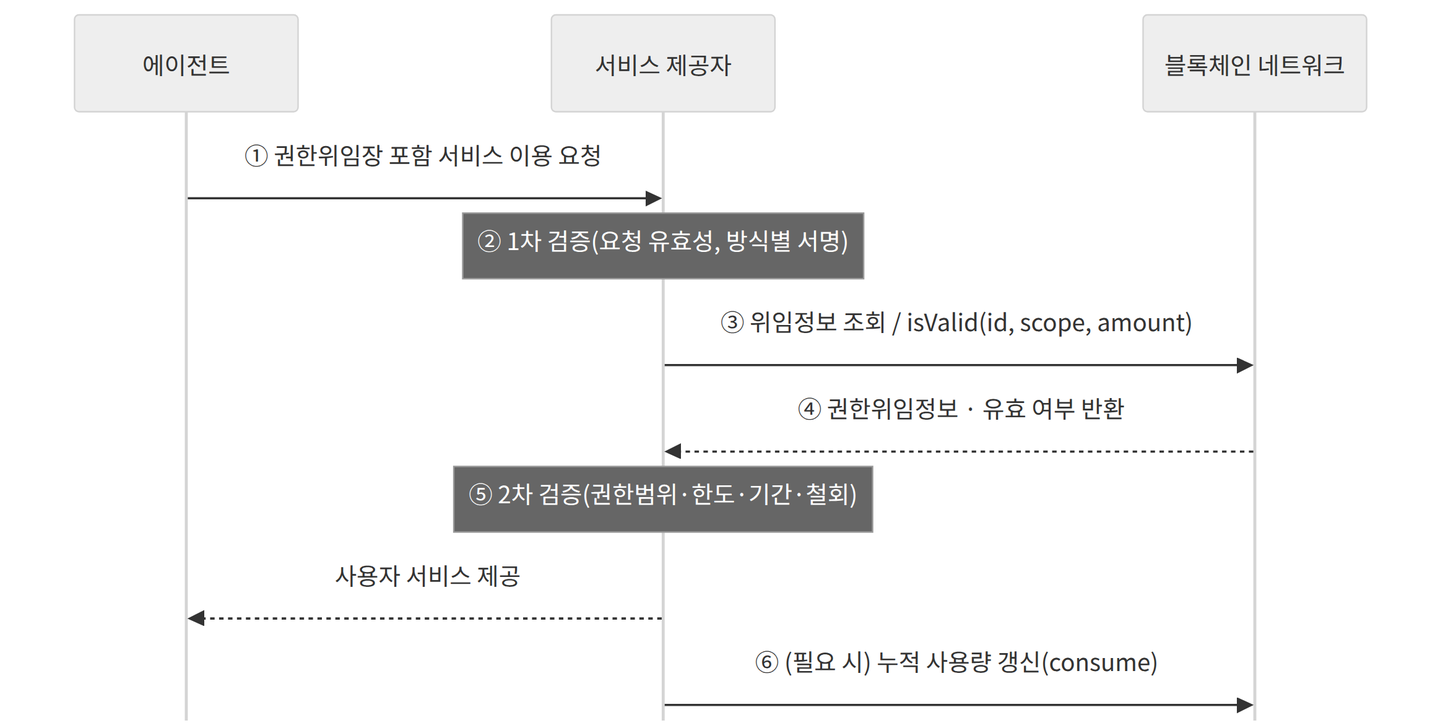
This is docs/tta-standard/figures/fig3-verification-seq.png from jsong1230/meta-agents, a Mermaid export, as it was before one commit. Its source is kept beside it as docs/tta-standard/figures/fig3-verification-seq.mmd.
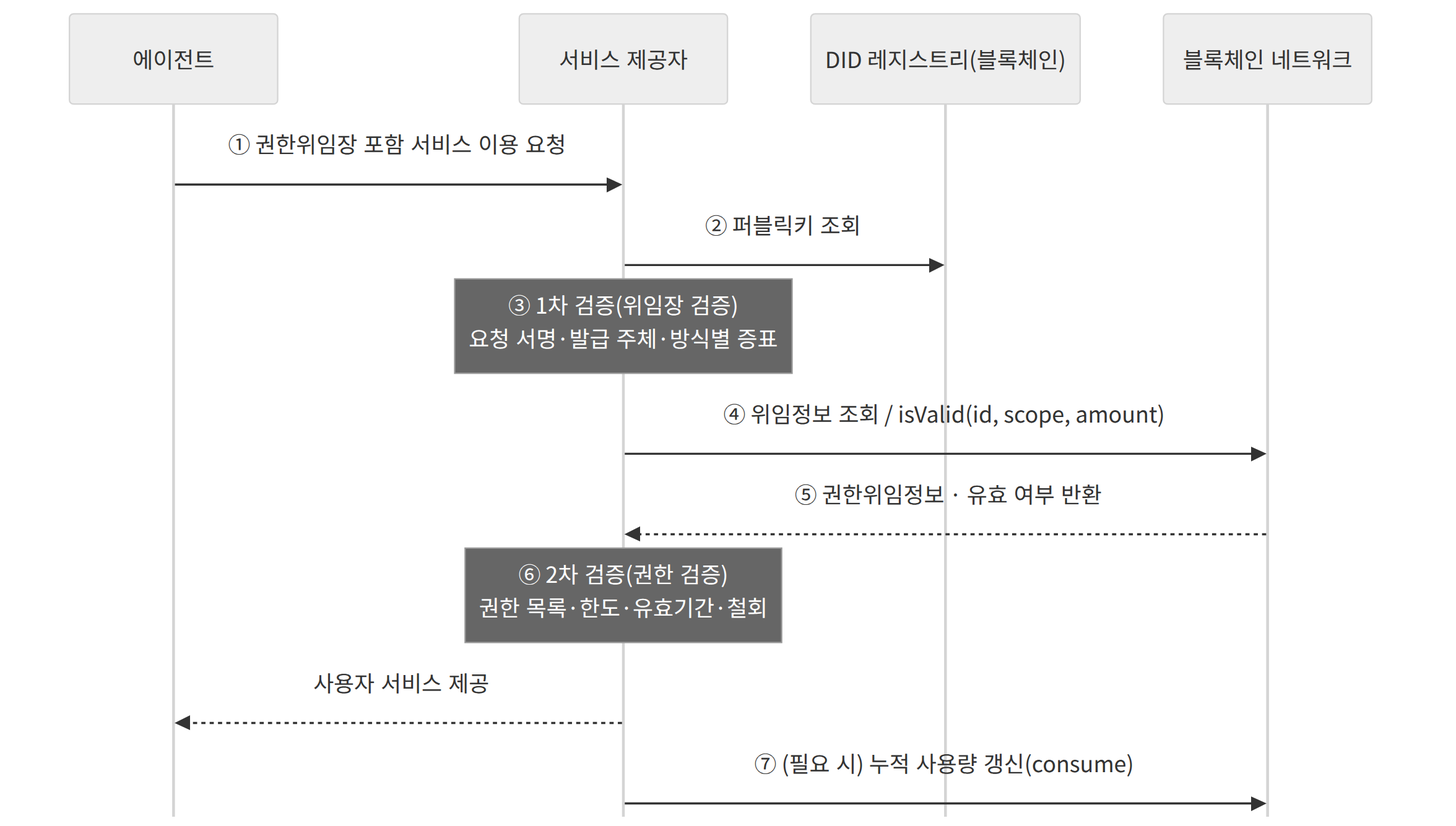
Later version of the same file.

Change to the diagram source:
```diff
@@ -1,11 +1,13 @@
 sequenceDiagram
     participant AG as 에이전트
     participant SP as 서비스 제공자
+    participant DIDR as DID 레지스트리(블록체인)
     participant BC as 블록체인 네트워크
     AG->>SP: ① 권한위임장 포함 서비스 이용 요청
-    Note over SP: ② 1차 검증(요청 유효성, 방식별 서명)
-    SP->>BC: ③ 위임정보 조회 / isValid(id, scope, amount)
-    BC-->>SP: ④ 권한위임정보 · 유효 여부 반환
-    Note over SP: ⑤ 2차 검증(권한범위·한도·기간·철회)
+    SP->>DIDR: ② 퍼블릭키 조회
+    Note over SP: ③ 1차 검증(위임장 검증)<br/>요청 서명·발급 주체·방식별 증표
+    SP->>BC: ④ 위임정보 조회 / isValid(id, scope, amount)
+    BC-->>SP: ⑤ 권한위임정보 · 유효 여부 반환
+    Note over SP: ⑥ 2차 검증(권한 검증)<br/>권한 목록·한도·유효기간·철회
     SP-->>AG: 사용자 서비스 제공
-    SP->>BC: ⑥ (필요 시) 누적 사용량 갱신(consume)
+    SP->>BC: ⑦ (필요 시) 누적 사용량 갱신(consume)
```
